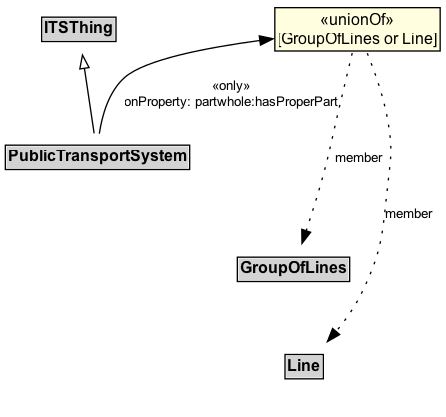
Before: docs/diagrams/PublicTransportSystem.png, a diagram exported from Graphviz (k-vaughn/5087). Its source is kept beside it as docs/diagrams/PublicTransportSystem.dot. Its diagram source:
```dot
digraph {
	graph [overlap=false rankdir=TB splines=true]
	node [fontname=Arial fontsize=12 margin=0 shape=none]
	edge [fontname=Arial fontsize=10]
	ITSThing [label=<<TABLE BORDER="1" CELLBORDER="0" CELLSPACING="0" CELLPADDING="1"><TR><TD BGCOLOR="lightgray" ALIGN="CENTER"><B>ITSThing</B></TD></TR></TABLE>> margin=0]
	{
		rank=max
		PublicTransportSystem [label=<<TABLE BORDER="1" CELLBORDER="0" CELLSPACING="0" CELLPADDING="1"><TR><TD BGCOLOR="lightgray" ALIGN="CENTER" PORT="e"><B>PublicTransportSystem</B></TD></TR></TABLE>> margin=0]
	}
	subgraph cluster_associated {
		label="" style=invis
		Invis [label=<<TABLE BORDER="0" CELLBORDER="0" CELLSPACING="0" CELLPADDING="1"><TR><TD></TD></TR></TABLE>> margin=0 style=invis]
		GroupOfLines [label=<<TABLE BORDER="1" CELLBORDER="0" CELLSPACING="0" CELLPADDING="1"><TR><TD BGCOLOR="lightgray" ALIGN="CENTER"><B>GroupOfLines</B></TD></TR></TABLE>> margin=0]
		Line [label=<<TABLE BORDER="1" CELLBORDER="0" CELLSPACING="0" CELLPADDING="1"><TR><TD BGCOLOR="lightgray" ALIGN="CENTER"><B>Line</B></TD></TR></TABLE>> margin=0]
	}
	PublicTransportSystem -> ITSThing [arrowhead=onormal style=solid]
	PublicTransportSystem -> Invis [style=invis]
	Invis -> GroupOfLines [style=invis]
	GroupOfLines -> Line [style=invis]
	Union_partwhole_hasProperPart [label=<<TABLE BORDER="1" CELLBORDER="0" CELLSPACING="0" CELLPADDING="1" BGCOLOR="lightyellow"><TR><TD ALIGN="CENTER">«unionOf»<BR/>[GroupOfLines or Line]</TD></TR></TABLE>> margin=0]
	Union_partwhole_hasProperPart -> GroupOfLines [label=member arrowhead=normal style=dotted]
	Union_partwhole_hasProperPart -> Line [label=member arrowhead=normal style=dotted]
	PublicTransportSystem -> Union_partwhole_hasProperPart [label="«only»\nonProperty: partwhole:hasProperPart" arrowhead=normal style=solid]
}
```
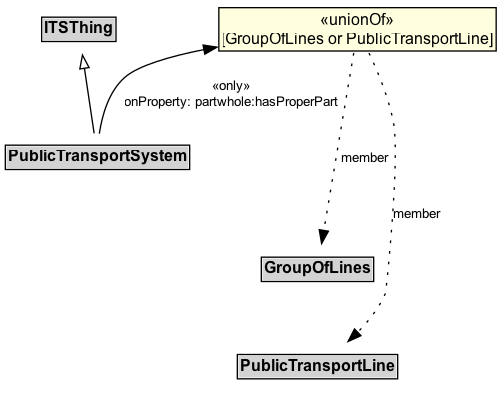
After the change.

The edit, as a diff of the source:
```diff
@@ -11,14 +11,14 @@
 		label="" style=invis
 		Invis [label=<<TABLE BORDER="0" CELLBORDER="0" CELLSPACING="0" CELLPADDING="1"><TR><TD></TD></TR></TABLE>> margin=0 style=invis]
 		GroupOfLines [label=<<TABLE BORDER="1" CELLBORDER="0" CELLSPACING="0" CELLPADDING="1"><TR><TD BGCOLOR="lightgray" ALIGN="CENTER"><B>GroupOfLines</B></TD></TR></TABLE>> margin=0]
-		Line [label=<<TABLE BORDER="1" CELLBORDER="0" CELLSPACING="0" CELLPADDING="1"><TR><TD BGCOLOR="lightgray" ALIGN="CENTER"><B>Line</B></TD></TR></TABLE>> margin=0]
+		PublicTransportLine [label=<<TABLE BORDER="1" CELLBORDER="0" CELLSPACING="0" CELLPADDING="1"><TR><TD BGCOLOR="lightgray" ALIGN="CENTER"><B>PublicTransportLine</B></TD></TR></TABLE>> margin=0]
 	}
 	PublicTransportSystem -> ITSThing [arrowhead=onormal style=solid]
 	PublicTransportSystem -> Invis [style=invis]
 	Invis -> GroupOfLines [style=invis]
-	GroupOfLines -> Line [style=invis]
-	Union_partwhole_hasProperPart [label=<<TABLE BORDER="1" CELLBORDER="0" CELLSPACING="0" CELLPADDING="1" BGCOLOR="lightyellow"><TR><TD ALIGN="CENTER">«unionOf»<BR/>[GroupOfLines or Line]</TD></TR></TABLE>> margin=0]
+	GroupOfLines -> PublicTransportLine [style=invis]
+	Union_partwhole_hasProperPart [label=<<TABLE BORDER="1" CELLBORDER="0" CELLSPACING="0" CELLPADDING="1" BGCOLOR="lightyellow"><TR><TD ALIGN="CENTER">«unionOf»<BR/>[GroupOfLines or PublicTransportLine]</TD></TR></TABLE>> margin=0]
 	Union_partwhole_hasProperPart -> GroupOfLines [label=member arrowhead=normal style=dotted]
-	Union_partwhole_hasProperPart -> Line [label=member arrowhead=normal style=dotted]
+	Union_partwhole_hasProperPart -> PublicTransportLine [label=member arrowhead=normal style=dotted]
 	PublicTransportSystem -> Union_partwhole_hasProperPart [label="«only»\nonProperty: partwhole:hasProperPart" arrowhead=normal style=solid]
 }
```
